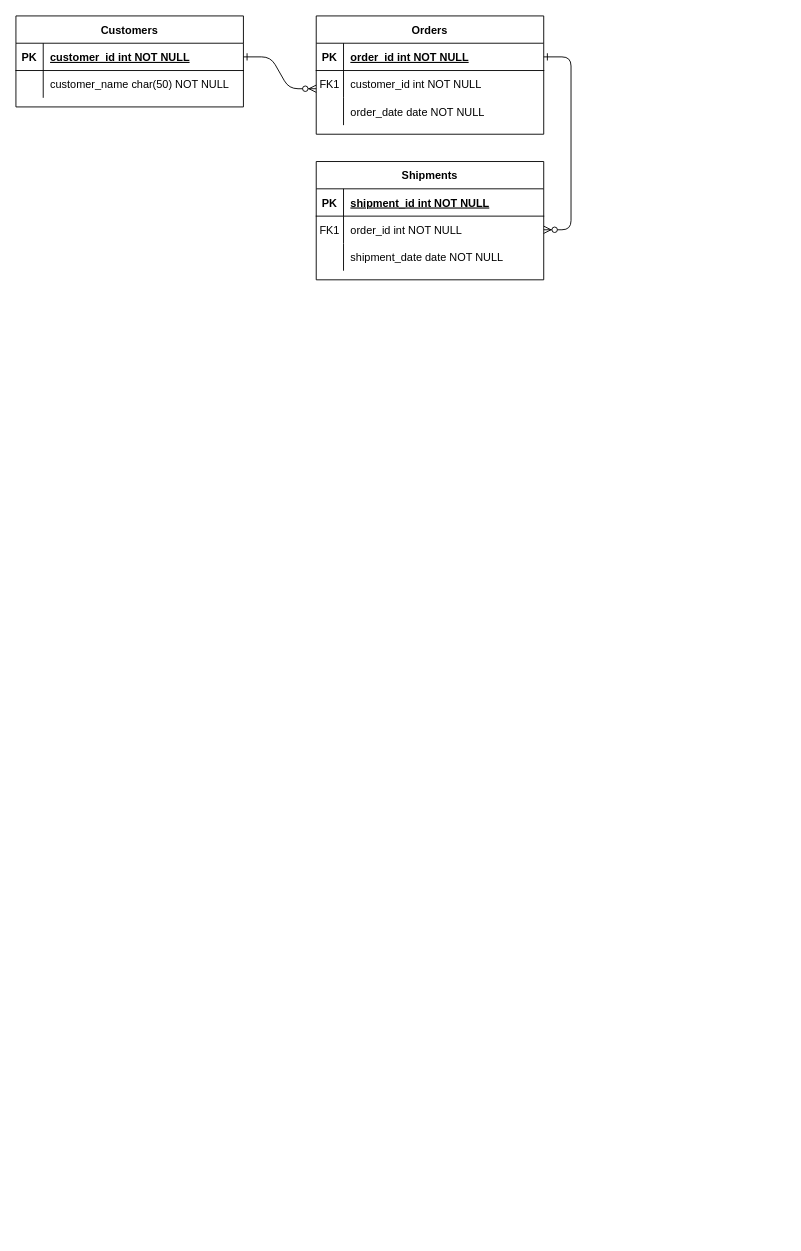
ShouSawa/draw.io keeps this draw.io diagram as アニマルミルUML.drawio. Above is the earlier version. Source tidied: cells renumbered, new cells numbered last; positions are measured from the earlier drawing's top-left corner, leaving out a move shared by most shapes. Both pictures are drawn from the tidied source at 91%, with x=0, y=0 at pixel (15, 15).
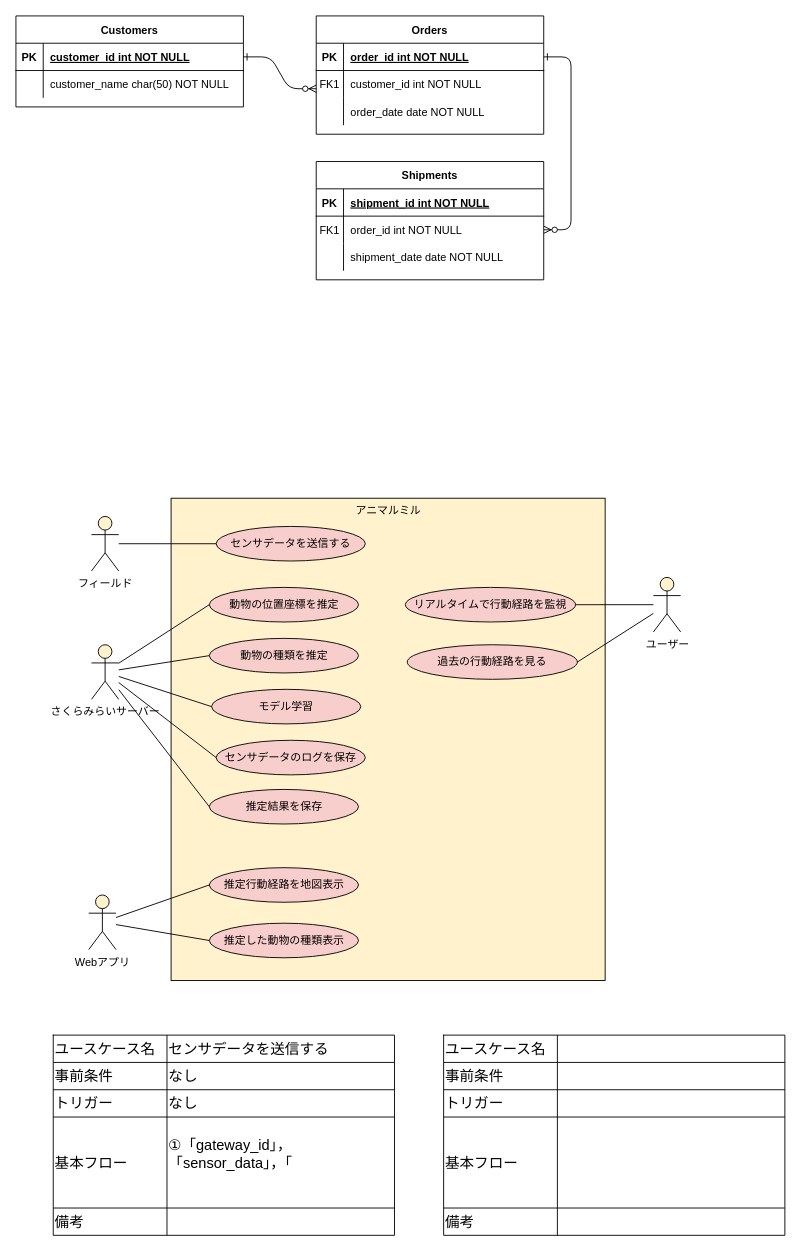
Above is the later version.

Commit message:
アニマルミルUML.drawio を更新

What changed in the source:
```diff
@@
+    <mxCell id="31" value="アニマルミル" style="whiteSpace=wrap;html=1;fillColor=#FFF2CC;verticalAlign=top;" parent="1" vertex="1">
+      <mxGeometry x="170.5" y="530" width="477" height="530" as="geometry" />
+    </mxCell>
+    <mxCell id="32" value="フィールド" style="shape=umlActor;verticalLabelPosition=bottom;labelBackgroundColor=#ffffff;verticalAlign=top;html=1;fillColor=#FFF2CC;" parent="1" vertex="1">
+      <mxGeometry x="83" y="550" width="30" height="60" as="geometry" />
+    </mxCell>
+    <mxCell id="33" value="さくらみらいサーバー" style="shape=umlActor;verticalLabelPosition=bottom;labelBackgroundColor=#ffffff;verticalAlign=top;html=1;fillColor=#FFF2CC;" parent="1" vertex="1">
+      <mxGeometry x="83" y="691" width="30" height="60" as="geometry" />
+    </mxCell>
+    <mxCell id="34" value="Webアプリ" style="shape=umlActor;verticalLabelPosition=bottom;labelBackgroundColor=#ffffff;verticalAlign=top;html=1;fillColor=#FFF2CC;" parent="1" vertex="1">
+      <mxGeometry x="80" y="966" width="30" height="60" as="geometry" />
+    </mxCell>
+    <mxCell id="35" value="ユーザー" style="shape=umlActor;verticalLabelPosition=bottom;labelBackgroundColor=#ffffff;verticalAlign=top;html=1;fillColor=#FFF2CC;" parent="1" vertex="1">
+      <mxGeometry x="700.5" y="617" width="30" height="60" as="geometry" />
+    </mxCell>
+    <mxCell id="36" value="動物の位置座標を推定" style="ellipse;whiteSpace=wrap;html=1;fillColor=#F8CECC;" parent="1" vertex="1">
+      <mxGeometry x="212.5" y="628" width="164" height="38" as="geometry" />
+    </mxCell>
+    <mxCell id="37" value="センサデータを送信する" style="ellipse;whiteSpace=wrap;html=1;fillColor=#F8CECC;" parent="1" vertex="1">
+      <mxGeometry x="220" y="561" width="164" height="38" as="geometry" />
+    </mxCell>
+    <mxCell id="38" style="edgeStyle=orthogonalEdgeStyle;rounded=1;jettySize=auto;html=1;endArrow=none;endFill=0;exitX=0;exitY=0.5;exitDx=0;exitDy=0;" parent="1" edge="1" source="37" target="32">
+      <mxGeometry relative="1" as="geometry" />
+    </mxCell>
+    <mxCell id="39" value="動物の種類を推定" style="ellipse;whiteSpace=wrap;html=1;fillColor=#F8CECC;" parent="1" vertex="1">
+      <mxGeometry x="212.5" y="684" width="164" height="38" as="geometry" />
+    </mxCell>
+    <mxCell id="40" value="モデル学習" style="ellipse;whiteSpace=wrap;html=1;fillColor=#F8CECC;" parent="1" vertex="1">
+      <mxGeometry x="215" y="740" width="164" height="38" as="geometry" />
+    </mxCell>
+    <mxCell id="41" value="センサデータのログを保存" style="ellipse;whiteSpace=wrap;html=1;fillColor=#F8CECC;" parent="1" vertex="1">
+      <mxGeometry x="220" y="796" width="164" height="38" as="geometry" />
+    </mxCell>
+    <mxCell id="42" value="推定結果を保存" style="ellipse;whiteSpace=wrap;html=1;fillColor=#F8CECC;" parent="1" vertex="1">
+      <mxGeometry x="212.5" y="850" width="164" height="38" as="geometry" />
+    </mxCell>
+    <mxCell id="43" value="推定行動経路を地図表示" style="ellipse;whiteSpace=wrap;html=1;fillColor=#F8CECC;" parent="1" vertex="1">
+      <mxGeometry x="212.5" y="936" width="164" height="38" as="geometry" />
+    </mxCell>
+    <mxCell id="44" value="推定した動物の種類表示" style="ellipse;whiteSpace=wrap;html=1;fillColor=#F8CECC;" parent="1" vertex="1">
+      <mxGeometry x="212.5" y="997" width="164" height="38" as="geometry" />
+    </mxCell>
+    <mxCell id="45" value="リアルタイムで行動経路を監視" style="ellipse;whiteSpace=wrap;html=1;fillColor=#F8CECC;" parent="1" vertex="1">
+      <mxGeometry x="428" y="628" width="187" height="38" as="geometry" />
+    </mxCell>
+    <mxCell id="46" value="過去の行動経路を見る" style="ellipse;whiteSpace=wrap;html=1;fillColor=#F8CECC;" parent="1" vertex="1">
+      <mxGeometry x="430" y="691" width="187" height="38" as="geometry" />
+    </mxCell>
+    <mxCell id="47" style="endArrow=none;html=1;rounded=0;entryX=0;entryY=0.5;entryDx=0;entryDy=0;" parent="1" edge="1" source="33" target="36">
+      <mxGeometry relative="1" as="geometry" />
+    </mxCell>
+    <mxCell id="48" style="endArrow=none;html=1;rounded=0;entryX=0;entryY=0.5;entryDx=0;entryDy=0;" parent="1" edge="1" source="33" target="39">
+      <mxGeometry relative="1" as="geometry" />
+    </mxCell>
+    <mxCell id="49" style="endArrow=none;html=1;rounded=0;entryX=0;entryY=0.5;entryDx=0;entryDy=0;" parent="1" edge="1" source="33" target="40">
+      <mxGeometry relative="1" as="geometry" />
+    </mxCell>
+    <mxCell id="50" style="endArrow=none;html=1;rounded=0;entryX=0;entryY=0.5;entryDx=0;entryDy=0;" parent="1" edge="1" source="33" target="41">
+      <mxGeometry relative="1" as="geometry" />
+    </mxCell>
+    <mxCell id="51" style="endArrow=none;html=1;rounded=0;entryX=0;entryY=0.5;entryDx=0;entryDy=0;" parent="1" edge="1" source="33" target="42">
+      <mxGeometry relative="1" as="geometry" />
+    </mxCell>
+    <mxCell id="52" style="endArrow=none;html=1;rounded=0;entryX=0;entryY=0.5;entryDx=0;entryDy=0;" parent="1" edge="1" source="34" target="43">
+      <mxGeometry relative="1" as="geometry" />
+    </mxCell>
+    <mxCell id="53" style="endArrow=none;html=1;rounded=0;entryX=0;entryY=0.5;entryDx=0;entryDy=0;" parent="1" edge="1" source="34" target="44">
+      <mxGeometry relative="1" as="geometry" />
+    </mxCell>
+    <mxCell id="54" style="endArrow=none;html=1;rounded=0;entryX=1;entryY=0.5;entryDx=0;entryDy=0;" parent="1" edge="1" source="35" target="45">
+      <mxGeometry relative="1" as="geometry" />
+    </mxCell>
+    <mxCell id="55" style="endArrow=none;html=1;rounded=0;entryX=1;entryY=0.5;entryDx=0;entryDy=0;" parent="1" edge="1" source="35" target="46">
+      <mxGeometry relative="1" as="geometry" />
+    </mxCell>
+    <mxCell id="56" style="shape=table;startSize=0;childLayout=tableLayout;fontSize=16;" parent="1" vertex="1">
+      <mxGeometry x="41" y="1120" width="375" height="220" as="geometry" />
+    </mxCell>
+    <mxCell id="57" style="shape=tableRow;horizontal=0;startSize=0;swimlaneHead=0;swimlaneBody=0;strokeColor=inherit;top=0;left=0;bottom=0;right=0;fillColor=none;fontSize=16;" parent="56" vertex="1">
+      <mxGeometry width="375" height="30" as="geometry" />
+    </mxCell>
+    <mxCell id="58" value="ユースケース名" style="shape=partialRectangle;html=1;whiteSpace=wrap;strokeColor=inherit;overflow=hidden;fillColor=none;top=0;left=0;bottom=0;right=0;fontSize=16;align=left;" parent="57" vertex="1">
+      <mxGeometry width="125" height="30" as="geometry" />
+    </mxCell>
+    <mxCell id="59" value="&lt;div&gt;センサデータを送信する&lt;/div&gt;" style="shape=partialRectangle;html=1;whiteSpace=wrap;strokeColor=inherit;overflow=hidden;fillColor=none;top=0;left=0;bottom=0;right=0;fontSize=16;align=left;" parent="57" vertex="1">
+      <mxGeometry x="125" width="250" height="30" as="geometry" />
+    </mxCell>
+    <mxCell id="60" style="shape=tableRow;horizontal=0;startSize=0;swimlaneHead=0;swimlaneBody=0;strokeColor=inherit;top=0;left=0;bottom=0;right=0;fillColor=none;fontSize=16;" parent="56" vertex="1">
+      <mxGeometry y="30" width="375" height="30" as="geometry" />
+    </mxCell>
+    <mxCell id="61" value="事前条件" style="shape=partialRectangle;html=1;whiteSpace=wrap;strokeColor=inherit;overflow=hidden;fillColor=none;top=0;left=0;bottom=0;right=0;fontSize=16;align=left;" parent="60" vertex="1">
+      <mxGeometry width="125" height="30" as="geometry" />
+    </mxCell>
+    <mxCell id="62" value="なし" style="shape=partialRectangle;html=1;whiteSpace=wrap;strokeColor=inherit;overflow=hidden;fillColor=none;top=0;left=0;bottom=0;right=0;fontSize=16;align=left;" parent="60" vertex="1">
+      <mxGeometry x="125" width="250" height="30" as="geometry" />
+    </mxCell>
+    <mxCell id="63" style="shape=tableRow;horizontal=0;startSize=0;swimlaneHead=0;swimlaneBody=0;strokeColor=inherit;top=0;left=0;bottom=0;right=0;fillColor=none;fontSize=16;" parent="56" vertex="1">
+      <mxGeometry y="60" width="375" height="30" as="geometry" />
+    </mxCell>
+    <mxCell id="64" value="トリガー" style="shape=partialRectangle;html=1;whiteSpace=wrap;strokeColor=inherit;overflow=hidden;fillColor=none;top=0;left=0;bottom=0;right=0;fontSize=16;align=left;" parent="63" vertex="1">
+      <mxGeometry width="125" height="30" as="geometry" />
+    </mxCell>
+    <mxCell id="65" value="なし" style="shape=partialRectangle;html=1;whiteSpace=wrap;strokeColor=inherit;overflow=hidden;fillColor=none;top=0;left=0;bottom=0;right=0;fontSize=16;align=left;" parent="63" vertex="1">
+      <mxGeometry x="125" width="250" height="30" as="geometry" />
+    </mxCell>
+    <mxCell id="66" style="shape=tableRow;horizontal=0;startSize=0;swimlaneHead=0;swimlaneBody=0;strokeColor=inherit;top=0;left=0;bottom=0;right=0;fillColor=none;fontSize=16;" parent="56" vertex="1">
+      <mxGeometry y="90" width="375" height="100" as="geometry" />
+    </mxCell>
+    <mxCell id="67" value="基本フロー" style="shape=partialRectangle;html=1;whiteSpace=wrap;strokeColor=inherit;overflow=hidden;fillColor=none;top=0;left=0;bottom=0;right=0;fontSize=16;align=left;" parent="66" vertex="1">
+      <mxGeometry width="125" height="100" as="geometry" />
+    </mxCell>
+    <mxCell id="68" value="①「gateway_id」，「sensor_data」，「&lt;div&gt;&lt;br&gt;&lt;/div&gt;" style="shape=partialRectangle;html=1;whiteSpace=wrap;strokeColor=inherit;overflow=hidden;fillColor=none;top=0;left=0;bottom=0;right=0;fontSize=16;align=left;" parent="66" vertex="1">
+      <mxGeometry x="125" width="250" height="100" as="geometry" />
+    </mxCell>
+    <mxCell id="69" style="shape=tableRow;horizontal=0;startSize=0;swimlaneHead=0;swimlaneBody=0;strokeColor=inherit;top=0;left=0;bottom=0;right=0;fillColor=none;fontSize=16;" parent="56" vertex="1">
+      <mxGeometry y="190" width="375" height="30" as="geometry" />
+    </mxCell>
+    <mxCell id="70" value="備考" style="shape=partialRectangle;html=1;whiteSpace=wrap;strokeColor=inherit;overflow=hidden;fillColor=none;top=0;left=0;bottom=0;right=0;fontSize=16;align=left;" parent="69" vertex="1">
+      <mxGeometry width="125" height="30" as="geometry" />
+    </mxCell>
+    <mxCell id="71" style="shape=partialRectangle;html=1;whiteSpace=wrap;strokeColor=inherit;overflow=hidden;fillColor=none;top=0;left=0;bottom=0;right=0;fontSize=16;align=left;" parent="69" vertex="1">
+      <mxGeometry x="125" width="250" height="30" as="geometry" />
+    </mxCell>
+    <mxCell id="72" style="shape=table;startSize=0;childLayout=tableLayout;fontSize=16;" parent="1" vertex="1">
+      <mxGeometry x="470" y="1120" width="375" height="220" as="geometry" />
+    </mxCell>
+    <mxCell id="73" style="shape=tableRow;horizontal=0;startSize=0;swimlaneHead=0;swimlaneBody=0;strokeColor=inherit;top=0;left=0;bottom=0;right=0;fillColor=none;fontSize=16;" parent="72" vertex="1">
+      <mxGeometry width="375" height="30" as="geometry" />
+    </mxCell>
+    <mxCell id="74" value="ユースケース名" style="shape=partialRectangle;html=1;whiteSpace=wrap;strokeColor=inherit;overflow=hidden;fillColor=none;top=0;left=0;bottom=0;right=0;fontSize=16;align=left;" parent="73" vertex="1">
+      <mxGeometry width="125" height="30" as="geometry" />
+    </mxCell>
+    <mxCell id="75" style="shape=partialRectangle;html=1;whiteSpace=wrap;strokeColor=inherit;overflow=hidden;fillColor=none;top=0;left=0;bottom=0;right=0;fontSize=16;align=left;" parent="73" vertex="1">
+      <mxGeometry x="125" width="250" height="30" as="geometry" />
+    </mxCell>
+    <mxCell id="76" style="shape=tableRow;horizontal=0;startSize=0;swimlaneHead=0;swimlaneBody=0;strokeColor=inherit;top=0;left=0;bottom=0;right=0;fillColor=none;fontSize=16;" parent="72" vertex="1">
+      <mxGeometry y="30" width="375" height="30" as="geometry" />
+    </mxCell>
+    <mxCell id="77" value="事前条件" style="shape=partialRectangle;html=1;whiteSpace=wrap;strokeColor=inherit;overflow=hidden;fillColor=none;top=0;left=0;bottom=0;right=0;fontSize=16;align=left;" parent="76" vertex="1">
+      <mxGeometry width="125" height="30" as="geometry" />
+    </mxCell>
+    <mxCell id="78" style="shape=partialRectangle;html=1;whiteSpace=wrap;strokeColor=inherit;overflow=hidden;fillColor=none;top=0;left=0;bottom=0;right=0;fontSize=16;align=left;" parent="76" vertex="1">
+      <mxGeometry x="125" width="250" height="30" as="geometry" />
+    </mxCell>
+    <mxCell id="79" style="shape=tableRow;horizontal=0;startSize=0;swimlaneHead=0;swimlaneBody=0;strokeColor=inherit;top=0;left=0;bottom=0;right=0;fillColor=none;fontSize=16;" parent="72" vertex="1">
+      <mxGeometry y="60" width="375" height="30" as="geometry" />
+    </mxCell>
+    <mxCell id="80" value="トリガー" style="shape=partialRectangle;html=1;whiteSpace=wrap;strokeColor=inherit;overflow=hidden;fillColor=none;top=0;left=0;bottom=0;right=0;fontSize=16;align=left;" parent="79" vertex="1">
+      <mxGeometry width="125" height="30" as="geometry" />
+    </mxCell>
+    <mxCell id="81" style="shape=partialRectangle;html=1;whiteSpace=wrap;strokeColor=inherit;overflow=hidden;fillColor=none;top=0;left=0;bottom=0;right=0;fontSize=16;align=left;" parent="79" vertex="1">
+      <mxGeometry x="125" width="250" height="30" as="geometry" />
+    </mxCell>
+    <mxCell id="82" style="shape=tableRow;horizontal=0;startSize=0;swimlaneHead=0;swimlaneBody=0;strokeColor=inherit;top=0;left=0;bottom=0;right=0;fillColor=none;fontSize=16;" parent="72" vertex="1">
+      <mxGeometry y="90" width="375" height="100" as="geometry" />
+    </mxCell>
+    <mxCell id="83" value="基本フロー" style="shape=partialRectangle;html=1;whiteSpace=wrap;strokeColor=inherit;overflow=hidden;fillColor=none;top=0;left=0;bottom=0;right=0;fontSize=16;align=left;" parent="82" vertex="1">
+      <mxGeometry width="125" height="100" as="geometry" />
+    </mxCell>
+    <mxCell id="84" style="shape=partialRectangle;html=1;whiteSpace=wrap;strokeColor=inherit;overflow=hidden;fillColor=none;top=0;left=0;bottom=0;right=0;fontSize=16;align=left;" parent="82" vertex="1">
+      <mxGeometry x="125" width="250" height="100" as="geometry" />
+    </mxCell>
+    <mxCell id="85" style="shape=tableRow;horizontal=0;startSize=0;swimlaneHead=0;swimlaneBody=0;strokeColor=inherit;top=0;left=0;bottom=0;right=0;fillColor=none;fontSize=16;" parent="72" vertex="1">
+      <mxGeometry y="190" width="375" height="30" as="geometry" />
+    </mxCell>
+    <mxCell id="86" value="備考" style="shape=partialRectangle;html=1;whiteSpace=wrap;strokeColor=inherit;overflow=hidden;fillColor=none;top=0;left=0;bottom=0;right=0;fontSize=16;align=left;" parent="85" vertex="1">
+      <mxGeometry width="125" height="30" as="geometry" />
+    </mxCell>
+    <mxCell id="87" style="shape=partialRectangle;html=1;whiteSpace=wrap;strokeColor=inherit;overflow=hidden;fillColor=none;top=0;left=0;bottom=0;right=0;fontSize=16;align=left;" parent="85" vertex="1">
+      <mxGeometry x="125" width="250" height="30" as="geometry" />
+    </mxCell>
```
